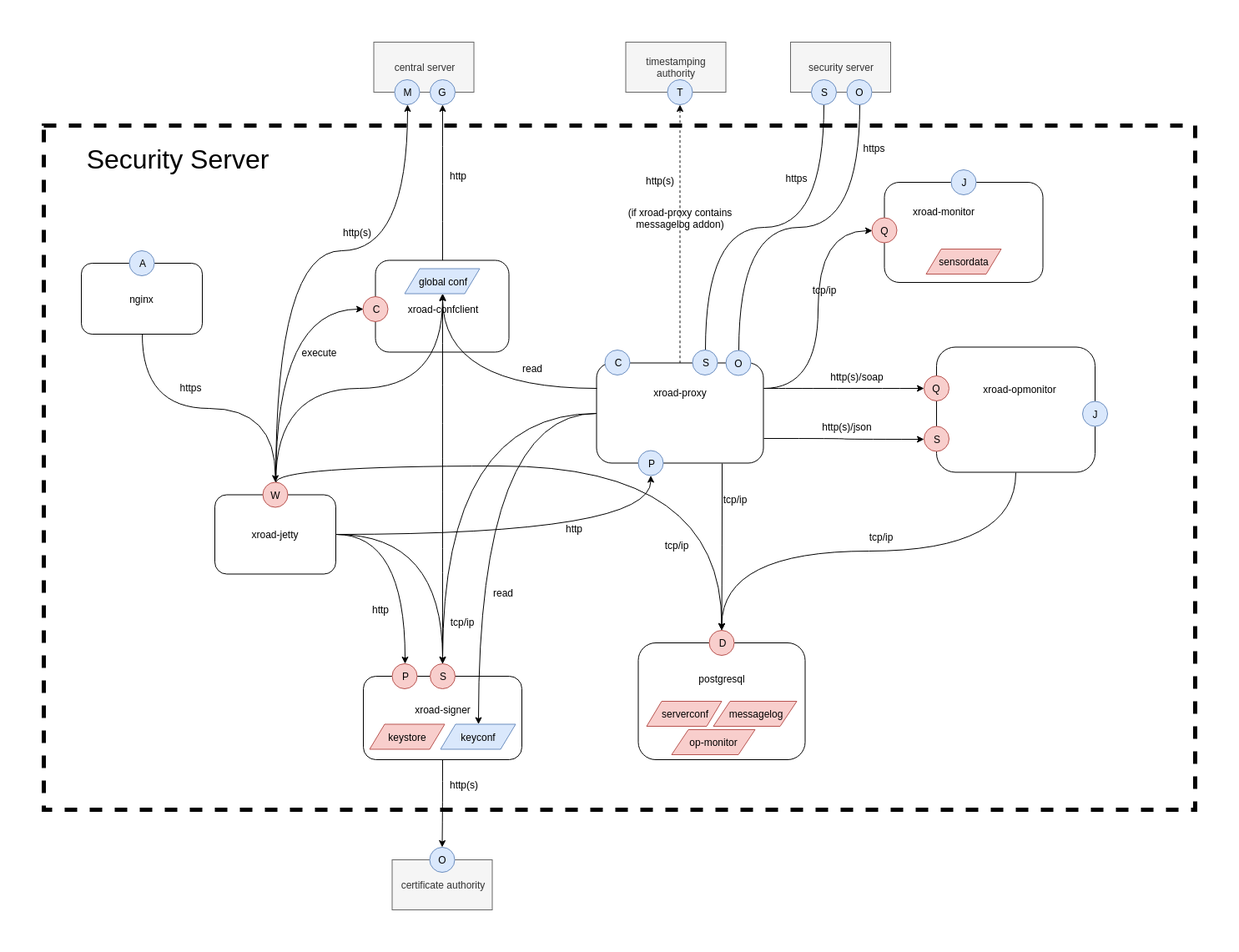
Before: doc/Architecture/img/arc-ss_security_server_process_diagram.png, a diagram exported from draw.io (nordic-institute/X-Road). Source tidied: cells renumbered, new cells last; positions are measured from the earlier drawing's top-left corner, leaving out a move shared by most shapes.
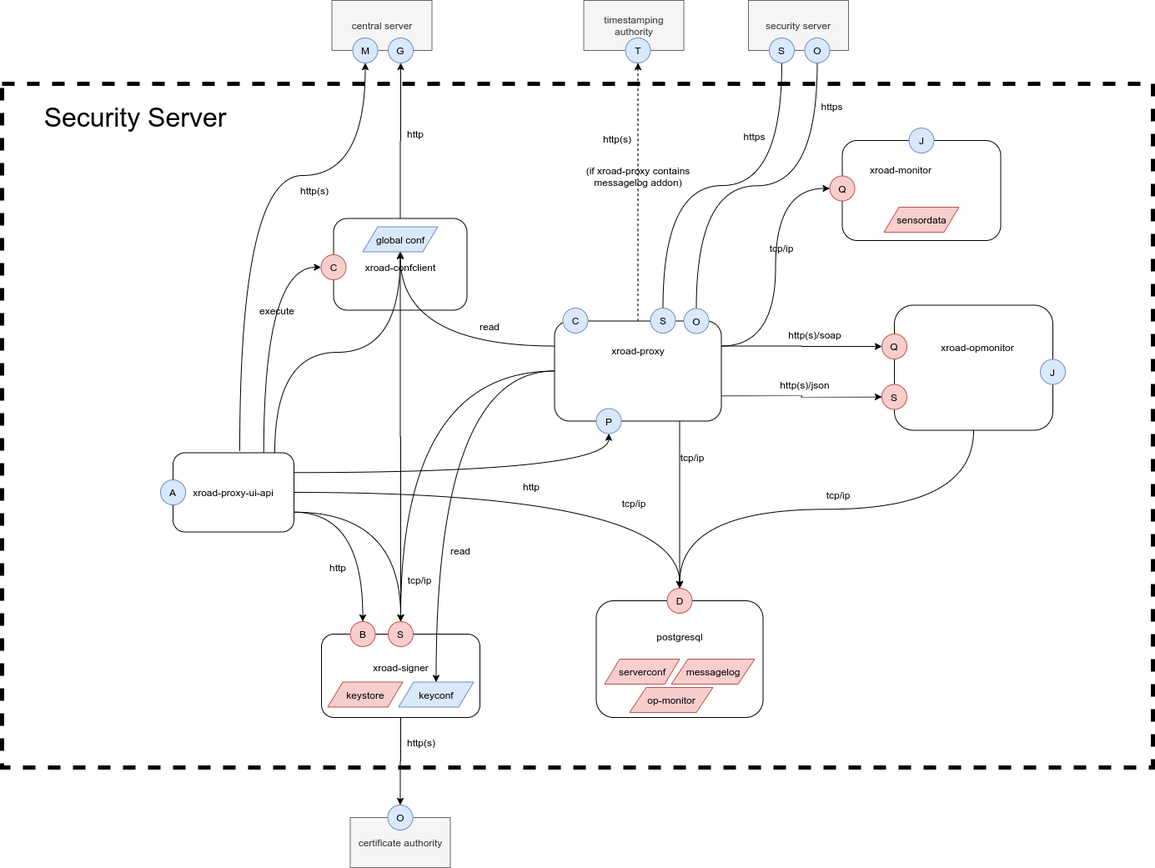
After the change.

Commit message:
XRDDEV-1223 update architecture document

The edit, as a diff of the source:
```diff
@@ -44,16 +44,16 @@
     <mxCell id="15" style="rounded=1;whiteSpace=wrap;html=1;" parent="1" vertex="1">
       <mxGeometry x="383" y="760" width="190" height="100" as="geometry" />
     </mxCell>
-    <mxCell id="16" style="edgeStyle=orthogonalEdgeStyle;curved=1;rounded=0;jettySize=auto;html=1;entryX=0.5;entryY=0;entryDx=0;entryDy=0;" parent="1" edge="1" source="19" target="29">
+    <mxCell id="16" style="edgeStyle=orthogonalEdgeStyle;curved=1;rounded=0;jettySize=auto;html=1;entryX=0.5;entryY=0;entryDx=0;entryDy=0;exitX=1;exitY=0.75;exitDx=0;exitDy=0;" parent="1" edge="1" source="19" target="29">
       <mxGeometry relative="1" as="geometry" />
     </mxCell>
-    <mxCell id="17" style="edgeStyle=orthogonalEdgeStyle;curved=1;rounded=0;jettySize=auto;html=1;entryX=0.5;entryY=0;entryDx=0;entryDy=0;" parent="1" edge="1" source="19" target="78">
+    <mxCell id="17" style="edgeStyle=orthogonalEdgeStyle;curved=1;rounded=0;jettySize=auto;html=1;entryX=0.5;entryY=0;entryDx=0;entryDy=0;exitX=1;exitY=0.75;exitDx=0;exitDy=0;" parent="1" edge="1" source="19" target="78">
       <mxGeometry relative="1" as="geometry" />
     </mxCell>
-    <mxCell id="18" style="edgeStyle=orthogonalEdgeStyle;curved=1;rounded=0;jettySize=auto;html=1;" parent="1" edge="1" source="19" target="79">
+    <mxCell id="18" style="edgeStyle=orthogonalEdgeStyle;curved=1;rounded=0;jettySize=auto;html=1;exitX=1;exitY=0.25;exitDx=0;exitDy=0;" parent="1" edge="1" source="19" target="79">
       <mxGeometry relative="1" as="geometry" />
     </mxCell>
-    <mxCell id="19" value="xroad-jetty" style="rounded=1;whiteSpace=wrap;html=1;" parent="1" vertex="1">
+    <mxCell id="19" value="xroad-proxy-ui-api" style="rounded=1;whiteSpace=wrap;html=1;" parent="1" vertex="1">
       <mxGeometry x="205" y="542.5" width="145" height="95" as="geometry" />
     </mxCell>
     <mxCell id="20" style="edgeStyle=orthogonalEdgeStyle;curved=1;rounded=0;jettySize=auto;html=1;entryX=0.5;entryY=1;entryDx=0;entryDy=0;" parent="1" edge="1" source="21" target="73">
@@ -137,44 +137,33 @@
     <mxCell id="46" value="xroad-proxy" style="text;html=1;strokeColor=none;fillColor=none;align=center;verticalAlign=middle;whiteSpace=wrap;rounded=0;" parent="1" vertex="1">
       <mxGeometry x="717.5" y="409.5" width="90" height="20" as="geometry" />
     </mxCell>
-    <mxCell id="47" style="edgeStyle=orthogonalEdgeStyle;curved=1;rounded=0;jettySize=auto;html=1;entryX=0;entryY=0.5;entryDx=0;entryDy=0;exitX=0.5;exitY=0;exitDx=0;exitDy=0;" parent="1" edge="1" source="51" target="36">
+    <mxCell id="47" style="edgeStyle=orthogonalEdgeStyle;curved=1;rounded=0;jettySize=auto;html=1;entryX=0;entryY=0.5;entryDx=0;entryDy=0;exitX=0.75;exitY=0;exitDx=0;exitDy=0;" parent="1" edge="1" source="19" target="36">
       <mxGeometry relative="1" as="geometry" />
     </mxCell>
-    <mxCell id="48" style="edgeStyle=orthogonalEdgeStyle;curved=1;rounded=0;jettySize=auto;html=1;entryX=0.5;entryY=1;entryDx=0;entryDy=0;exitX=0.5;exitY=0;exitDx=0;exitDy=0;" parent="1" edge="1" source="51" target="72">
+    <mxCell id="48" style="edgeStyle=orthogonalEdgeStyle;curved=1;rounded=0;jettySize=auto;html=1;entryX=0.5;entryY=1;entryDx=0;entryDy=0;" parent="1" edge="1" target="72">
       <mxGeometry relative="1" as="geometry">
+        <mxPoint x="285" y="540" as="sourcePoint" />
         <Array as="points">
-          <mxPoint x="278" y="250" />
-          <mxPoint x="436" y="250" />
+          <mxPoint x="285" y="210" />
+          <mxPoint x="436" y="210" />
         </Array>
       </mxGeometry>
     </mxCell>
-    <mxCell id="49" style="edgeStyle=orthogonalEdgeStyle;curved=1;rounded=0;jettySize=auto;html=1;exitX=0.5;exitY=0;exitDx=0;exitDy=0;" parent="1" edge="1" source="51" target="22">
+    <mxCell id="49" style="edgeStyle=orthogonalEdgeStyle;curved=1;rounded=0;jettySize=auto;html=1;" parent="1" edge="1" source="19" target="22">
       <mxGeometry relative="1" as="geometry" />
     </mxCell>
-    <mxCell id="50" style="edgeStyle=orthogonalEdgeStyle;rounded=0;jettySize=auto;html=1;curved=1;exitX=0.5;exitY=0;exitDx=0;exitDy=0;" parent="1" edge="1" source="51" target="34">
+    <mxCell id="50" style="edgeStyle=orthogonalEdgeStyle;rounded=0;jettySize=auto;html=1;curved=1;exitX=0.841;exitY=0.005;exitDx=0;exitDy=0;exitPerimeter=0;" parent="1" edge="1" source="19" target="34">
       <mxGeometry relative="1" as="geometry" />
     </mxCell>
-    <mxCell id="51" value="W" style="ellipse;whiteSpace=wrap;html=1;fillColor=#f8cecc;strokeColor=#b85450;" parent="1" vertex="1">
-      <mxGeometry x="262.5" y="527.5" width="30" height="30" as="geometry" />
-    </mxCell>
     <mxCell id="52" value="op-monitor" style="shape=parallelogram;perimeter=parallelogramPerimeter;whiteSpace=wrap;html=1;fillColor=#f8cecc;strokeColor=#b85450;" parent="1" vertex="1">
       <mxGeometry x="752.5" y="824" width="100" height="30" as="geometry" />
     </mxCell>
     <mxCell id="53" value="keyconf" style="shape=parallelogram;perimeter=parallelogramPerimeter;whiteSpace=wrap;html=1;fillColor=#dae8fc;strokeColor=#6c8ebf;" parent="1" vertex="1">
       <mxGeometry x="475.5" y="817.5" width="90" height="30" as="geometry" />
     </mxCell>
-    <mxCell id="54" style="edgeStyle=orthogonalEdgeStyle;curved=1;rounded=0;jettySize=auto;html=1;exitX=0.5;exitY=1;exitDx=0;exitDy=0;" parent="1" edge="1" source="55" target="51">
-      <mxGeometry relative="1" as="geometry" />
-    </mxCell>
-    <mxCell id="55" value="nginx" style="rounded=1;whiteSpace=wrap;html=1;" parent="1" vertex="1">
-      <mxGeometry x="45" y="265" width="145" height="85" as="geometry" />
-    </mxCell>
     <mxCell id="56" value="A" style="ellipse;whiteSpace=wrap;html=1;fillColor=#dae8fc;strokeColor=#6c8ebf;" parent="1" vertex="1">
-      <mxGeometry x="102.5" y="250" width="30" height="30" as="geometry" />
+      <mxGeometry x="190" y="575" width="30" height="30" as="geometry" />
     </mxCell>
-    <mxCell id="57" value="https" style="text;html=1;strokeColor=none;fillColor=none;align=center;verticalAlign=middle;whiteSpace=wrap;rounded=0;labelBackgroundColor=none;labelBorderColor=none;spacingTop=0;spacingRight=0;spacing=2;horizontal=1;" parent="1" vertex="1">
-      <mxGeometry x="155" y="401" width="43" height="26" as="geometry" />
-    </mxCell>
     <mxCell id="58" value="execute" style="text;html=1;strokeColor=none;fillColor=none;align=center;verticalAlign=middle;whiteSpace=wrap;rounded=0;labelBackgroundColor=none;" parent="1" vertex="1">
       <mxGeometry x="310" y="361.5" width="40" height="20" as="geometry" />
     </mxCell>
@@ -235,7 +224,7 @@
     <mxCell id="77" value="Security Server" style="text;html=1;strokeColor=none;fillColor=none;align=center;verticalAlign=middle;whiteSpace=wrap;rounded=0;fontSize=32;" parent="1" vertex="1">
       <mxGeometry x="25" y="130" width="270" height="20" as="geometry" />
     </mxCell>
-    <mxCell id="78" value="P" style="ellipse;whiteSpace=wrap;html=1;fillColor=#f8cecc;strokeColor=#b85450;" parent="1" vertex="1">
+    <mxCell id="78" value="B" style="ellipse;whiteSpace=wrap;html=1;fillColor=#f8cecc;strokeColor=#b85450;" parent="1" vertex="1">
       <mxGeometry x="417.5" y="745" width="30" height="30" as="geometry" />
     </mxCell>
     <mxCell id="79" value="P" style="ellipse;whiteSpace=wrap;html=1;fillColor=#dae8fc;strokeColor=#6c8ebf;" parent="1" vertex="1">
```
